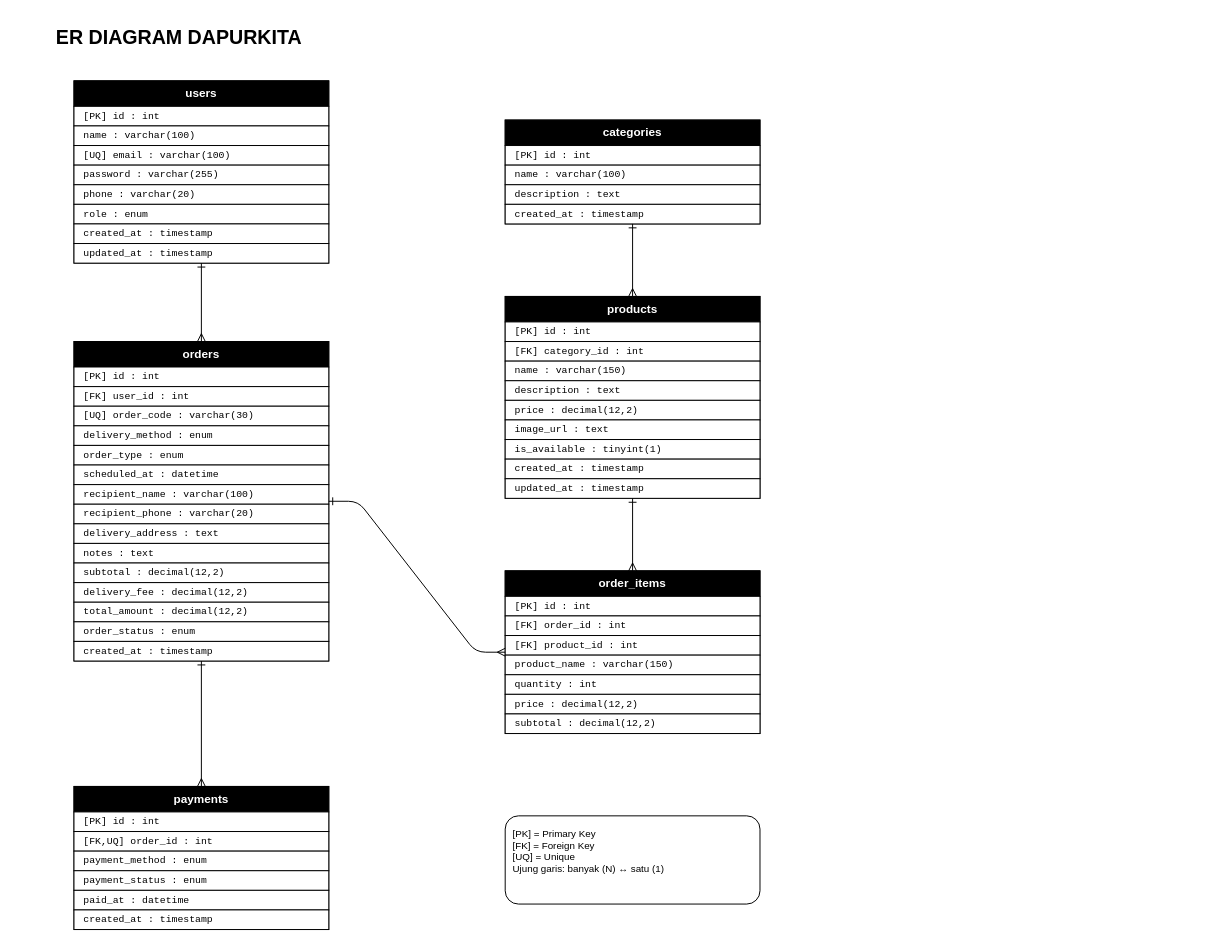
Before: Backend/erd/ERD_DapurKita.drawio in mieayamkeccap/dapurkita, a draw.io diagram. Source tidied: cells renumbered, new cells numbered last; positions are measured from the earlier drawing's top-left corner, leaving out a move shared by most shapes. Both pictures are drawn from the tidied source at 98%, with x=0, y=0 at pixel (54, 17).
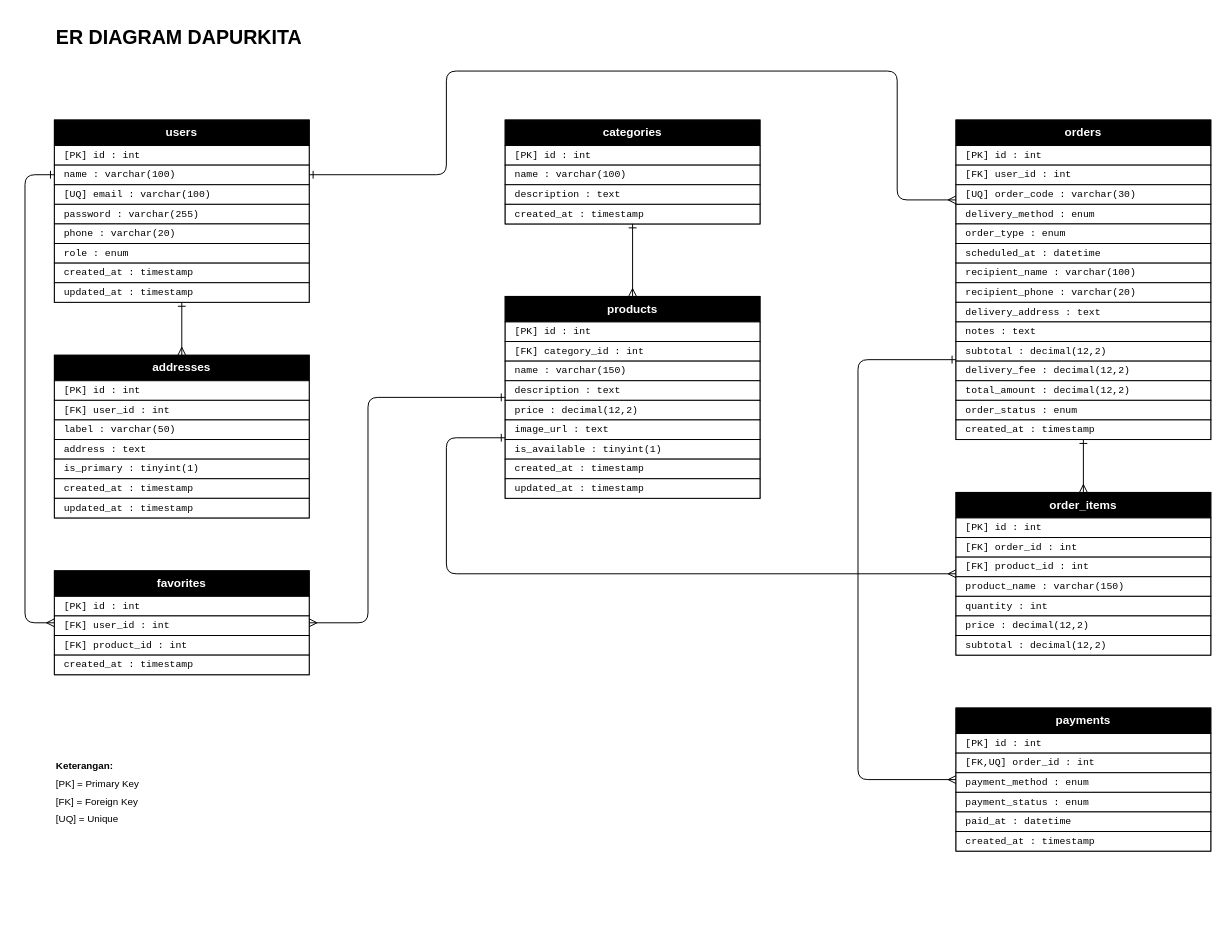
The same page after the edit.

The change refers to these unchanged cells:
```xml
<mxCell id="19" style="group;fillColor=#FFFFFF;strokeColor=#000000;" parent="1" vertex="1">
  <mxGeometry x="460" y="285" width="260" height="206" as="geometry" />
</mxCell>
```

The edit, as a diff of the source:
```diff
@@
     <mxCell id="3" style="group;fillColor=#FFFFFF;strokeColor=#000000;" parent="1" vertex="1">
-      <mxGeometry x="20" y="65" width="260" height="186" as="geometry" />
+      <mxGeometry y="105" width="260" height="186" as="geometry" />
     </mxCell>
@@
+    <mxCell id="70" style="group;fillColor=#FFFFFF;strokeColor=#000000;" parent="1" vertex="1">
+      <mxGeometry y="345" width="260" height="166" as="geometry" />
+    </mxCell>
+    <mxCell id="71" value="addresses" style="rounded=0;whiteSpace=wrap;html=1;fillColor=#000000;strokeColor=#000000;fontColor=#FFFFFF;fontSize=12;fontStyle=1;fontFamily=Helvetica;align=center;verticalAlign=middle;" parent="70" vertex="1">
+      <mxGeometry width="260" height="26" as="geometry" />
+    </mxCell>
+    <mxCell id="72" value="[PK]  id : int" style="rounded=0;whiteSpace=wrap;html=1;fillColor=#FFFFFF;strokeColor=#000000;fontColor=#000000;fontSize=10;fontFamily=Courier New;align=left;verticalAlign=middle;spacingLeft=8;spacingRight=4;overflow=hidden;" parent="70" vertex="1">
+      <mxGeometry y="26" width="260" height="20" as="geometry" />
+    </mxCell>
+    <mxCell id="73" value="[FK]  user_id : int" style="rounded=0;whiteSpace=wrap;html=1;fillColor=#FFFFFF;strokeColor=#000000;fontColor=#000000;fontSize=10;fontFamily=Courier New;align=left;verticalAlign=middle;spacingLeft=8;spacingRight=4;overflow=hidden;" parent="70" vertex="1">
+      <mxGeometry y="46" width="260" height="20" as="geometry" />
+    </mxCell>
+    <mxCell id="74" value="label : varchar(50)" style="rounded=0;whiteSpace=wrap;html=1;fillColor=#FFFFFF;strokeColor=#000000;fontColor=#000000;fontSize=10;fontFamily=Courier New;align=left;verticalAlign=middle;spacingLeft=8;spacingRight=4;overflow=hidden;" parent="70" vertex="1">
+      <mxGeometry y="66" width="260" height="20" as="geometry" />
+    </mxCell>
+    <mxCell id="75" value="address : text" style="rounded=0;whiteSpace=wrap;html=1;fillColor=#FFFFFF;strokeColor=#000000;fontColor=#000000;fontSize=10;fontFamily=Courier New;align=left;verticalAlign=middle;spacingLeft=8;spacingRight=4;overflow=hidden;" parent="70" vertex="1">
+      <mxGeometry y="86" width="260" height="20" as="geometry" />
+    </mxCell>
+    <mxCell id="76" value="is_primary : tinyint(1)" style="rounded=0;whiteSpace=wrap;html=1;fillColor=#FFFFFF;strokeColor=#000000;fontColor=#000000;fontSize=10;fontFamily=Courier New;align=left;verticalAlign=middle;spacingLeft=8;spacingRight=4;overflow=hidden;" parent="70" vertex="1">
+      <mxGeometry y="106" width="260" height="20" as="geometry" />
+    </mxCell>
+    <mxCell id="77" value="created_at : timestamp" style="rounded=0;whiteSpace=wrap;html=1;fillColor=#FFFFFF;strokeColor=#000000;fontColor=#000000;fontSize=10;fontFamily=Courier New;align=left;verticalAlign=middle;spacingLeft=8;spacingRight=4;overflow=hidden;" parent="70" vertex="1">
+      <mxGeometry y="126" width="260" height="20" as="geometry" />
+    </mxCell>
+    <mxCell id="78" value="updated_at : timestamp" style="rounded=0;whiteSpace=wrap;html=1;fillColor=#FFFFFF;strokeColor=#000000;fontColor=#000000;fontSize=10;fontFamily=Courier New;align=left;verticalAlign=middle;spacingLeft=8;spacingRight=4;overflow=hidden;" parent="70" vertex="1">
+      <mxGeometry y="146" width="260" height="20" as="geometry" />
+    </mxCell>
+    <mxCell id="79" style="group;fillColor=#FFFFFF;strokeColor=#000000;" parent="1" vertex="1">
+      <mxGeometry y="565" width="260" height="106" as="geometry" />
+    </mxCell>
+    <mxCell id="80" value="favorites" style="rounded=0;whiteSpace=wrap;html=1;fillColor=#000000;strokeColor=#000000;fontColor=#FFFFFF;fontSize=12;fontStyle=1;fontFamily=Helvetica;align=center;verticalAlign=middle;" parent="79" vertex="1">
+      <mxGeometry width="260" height="26" as="geometry" />
+    </mxCell>
+    <mxCell id="81" value="[PK]  id : int" style="rounded=0;whiteSpace=wrap;html=1;fillColor=#FFFFFF;strokeColor=#000000;fontColor=#000000;fontSize=10;fontFamily=Courier New;align=left;verticalAlign=middle;spacingLeft=8;spacingRight=4;overflow=hidden;" parent="79" vertex="1">
+      <mxGeometry y="26" width="260" height="20" as="geometry" />
+    </mxCell>
+    <mxCell id="82" value="[FK]  user_id : int" style="rounded=0;whiteSpace=wrap;html=1;fillColor=#FFFFFF;strokeColor=#000000;fontColor=#000000;fontSize=10;fontFamily=Courier New;align=left;verticalAlign=middle;spacingLeft=8;spacingRight=4;overflow=hidden;" parent="79" vertex="1">
+      <mxGeometry y="46" width="260" height="20" as="geometry" />
+    </mxCell>
+    <mxCell id="83" value="[FK]  product_id : int" style="rounded=0;whiteSpace=wrap;html=1;fillColor=#FFFFFF;strokeColor=#000000;fontColor=#000000;fontSize=10;fontFamily=Courier New;align=left;verticalAlign=middle;spacingLeft=8;spacingRight=4;overflow=hidden;" parent="79" vertex="1">
+      <mxGeometry y="66" width="260" height="20" as="geometry" />
+    </mxCell>
+    <mxCell id="84" value="created_at : timestamp" style="rounded=0;whiteSpace=wrap;html=1;fillColor=#FFFFFF;strokeColor=#000000;fontColor=#000000;fontSize=10;fontFamily=Courier New;align=left;verticalAlign=middle;spacingLeft=8;spacingRight=4;overflow=hidden;" parent="79" vertex="1">
+      <mxGeometry y="86" width="260" height="20" as="geometry" />
+    </mxCell>
@@
     <mxCell id="30" style="group;fillColor=#FFFFFF;strokeColor=#000000;" parent="1" vertex="1">
-      <mxGeometry x="20" y="331" width="260" height="326" as="geometry" />
+      <mxGeometry x="920" y="105" width="260" height="326" as="geometry" />
     </mxCell>
@@
     <mxCell id="47" style="group;fillColor=#FFFFFF;strokeColor=#000000;" parent="1" vertex="1">
-      <mxGeometry x="460" y="565" width="260" height="166" as="geometry" />
+      <mxGeometry x="920" y="485" width="260" height="166" as="geometry" />
     </mxCell>
@@
     <mxCell id="56" style="group;fillColor=#FFFFFF;strokeColor=#000000;" parent="1" vertex="1">
-      <mxGeometry x="20" y="785" width="260" height="146" as="geometry" />
+      <mxGeometry x="920" y="705" width="260" height="146" as="geometry" />
     </mxCell>
@@
+    <mxCell id="85" style="edgeStyle=orthogonalEdgeStyle;rounded=1;html=1;fontSize=9;fontColor=#000000;strokeColor=#000000;startArrow=ERmany;endArrow=ERone;startFill=0;endFill=0;exitX=0;exitY=0.5;exitDx=0;exitDy=0;entryX=0;entryY=0.3;entryDx=0;entryDy=0;" parent="1" edge="1" source="79" target="3">
+      <mxGeometry relative="1" as="geometry">
+        <Array as="points">
+          <mxPoint x="-30" y="618" />
+          <mxPoint x="-30" y="160.8" />
+        </Array>
+      </mxGeometry>
+    </mxCell>
+    <mxCell id="86" style="edgeStyle=orthogonalEdgeStyle;rounded=1;html=1;fontSize=9;fontColor=#000000;strokeColor=#000000;startArrow=ERmany;endArrow=ERone;startFill=0;endFill=0;exitX=1;exitY=0.5;exitDx=0;exitDy=0;entryX=0;entryY=0.5;entryDx=0;entryDy=0;" parent="1" edge="1" source="79" target="19">
+      <mxGeometry relative="1" as="geometry">
+        <Array as="points">
+          <mxPoint x="320" y="618" />
+          <mxPoint x="320" y="388" />
+        </Array>
+      </mxGeometry>
+    </mxCell>
+    <mxCell id="87" style="edgeStyle=orthogonalEdgeStyle;rounded=1;html=1;fontSize=9;fontColor=#000000;strokeColor=#000000;startArrow=ERmany;endArrow=ERone;startFill=0;endFill=0;exitX=0.5;exitY=0;exitDx=0;exitDy=0;entryX=0.5;entryY=1;entryDx=0;entryDy=0;" parent="1" edge="1" source="70" target="3">
+      <mxGeometry relative="1" as="geometry" />
+    </mxCell>
-    <mxCell id="64" style="rounded=1;html=1;fontSize=9;fontColor=#000000;strokeColor=#000000;startArrow=ERmany;endArrow=ERone;startFill=0;endFill=0;exitX=0.5;exitY=0;exitDx=0;exitDy=0;entryX=0.5;entryY=1;entryDx=0;entryDy=0;" parent="1" edge="1" source="30" target="3">
-      <mxGeometry relative="1" as="geometry" />
+    <mxCell id="64" style="edgeStyle=orthogonalEdgeStyle;rounded=1;html=1;fontSize=9;fontColor=#000000;strokeColor=#000000;startArrow=ERmany;endArrow=ERone;startFill=0;endFill=0;exitX=0;exitY=0.25;exitDx=0;exitDy=0;entryX=1;entryY=0.3;entryDx=0;entryDy=0;" parent="1" edge="1" source="30" target="3">
+      <mxGeometry relative="1" as="geometry">
+        <Array as="points">
+          <mxPoint x="860" y="186.5" />
+          <mxPoint x="860" y="55" />
+          <mxPoint x="400" y="55" />
+          <mxPoint x="400" y="160.8" />
+        </Array>
+      </mxGeometry>
     </mxCell>
-    <mxCell id="65" style="rounded=1;html=1;fontSize=9;fontColor=#000000;strokeColor=#000000;startArrow=ERmany;endArrow=ERone;startFill=0;endFill=0;exitX=0;exitY=0.5;exitDx=0;exitDy=0;entryX=1;entryY=0.5;entryDx=0;entryDy=0;edgeStyle=entityRelationEdgeStyle;" parent="1" edge="1" source="47" target="30">
+    <mxCell id="65" style="edgeStyle=orthogonalEdgeStyle;rounded=1;html=1;fontSize=9;fontColor=#000000;strokeColor=#000000;startArrow=ERmany;endArrow=ERone;startFill=0;endFill=0;exitX=0.5;exitY=0;exitDx=0;exitDy=0;entryX=0.5;entryY=1;entryDx=0;entryDy=0;" parent="1" edge="1" source="47" target="30">
       <mxGeometry relative="1" as="geometry" />
     </mxCell>
-    <mxCell id="66" style="edgeStyle=orthogonalEdgeStyle;rounded=1;html=1;fontSize=9;fontColor=#000000;strokeColor=#000000;startArrow=ERmany;endArrow=ERone;startFill=0;endFill=0;exitX=0.5;exitY=0;exitDx=0;exitDy=0;entryX=0.5;entryY=1;entryDx=0;entryDy=0;" parent="1" edge="1" source="47" target="19">
-      <mxGeometry relative="1" as="geometry" />
+    <mxCell id="66" style="edgeStyle=orthogonalEdgeStyle;rounded=1;html=1;fontSize=9;fontColor=#000000;strokeColor=#000000;startArrow=ERmany;endArrow=ERone;startFill=0;endFill=0;exitX=0;exitY=0.5;exitDx=0;exitDy=0;entryX=0;entryY=0.7;entryDx=0;entryDy=0;" parent="1" edge="1" source="47" target="19">
+      <mxGeometry relative="1" as="geometry">
+        <Array as="points">
+          <mxPoint x="400" y="568" />
+          <mxPoint x="400" y="429.2" />
+        </Array>
+      </mxGeometry>
     </mxCell>
+    <mxCell id="68" style="edgeStyle=orthogonalEdgeStyle;rounded=1;html=1;fontSize=9;fontColor=#000000;strokeColor=#000000;startArrow=ERmany;endArrow=ERone;startFill=0;endFill=0;exitX=0;exitY=0.5;exitDx=0;exitDy=0;entryX=0;entryY=0.75;entryDx=0;entryDy=0;" parent="1" edge="1" source="56" target="30">
+      <mxGeometry relative="1" as="geometry">
+        <Array as="points">
+          <mxPoint x="820" y="778" />
+          <mxPoint x="820" y="349.5" />
+        </Array>
+      </mxGeometry>
+    </mxCell>
@@
-    <mxCell id="68" style="rounded=1;html=1;fontSize=9;fontColor=#000000;strokeColor=#000000;startArrow=ERmany;endArrow=ERone;startFill=0;endFill=0;exitX=0.5;exitY=0;exitDx=0;exitDy=0;entryX=0.5;entryY=1;entryDx=0;entryDy=0;" parent="1" edge="1" source="56" target="30">
-      <mxGeometry relative="1" as="geometry" />
-    </mxCell>
-    <mxCell id="69" value="[PK] = Primary Key&lt;br&gt;[FK] = Foreign Key&lt;br&gt;[UQ] = Unique&lt;br&gt;Ujung garis: banyak (N) &amp;harr; satu (1)" style="rounded=1;whiteSpace=wrap;html=1;align=left;verticalAlign=top;fontSize=10;fontFamily=Helvetica;fontColor=#000000;strokeColor=#000000;fillColor=#FFFFFF;spacing=8;" parent="1" vertex="1">
-      <mxGeometry x="460" y="815" width="260" height="90" as="geometry" />
-    </mxCell>
+    <mxCell id="88" value="Keterangan:" style="text;html=1;align=left;verticalAlign=middle;fontSize=10;fontFamily=Helvetica;fontColor=#000000;fontStyle=1;" parent="1" vertex="1">
+      <mxGeometry y="755" width="300" height="18" as="geometry" />
+    </mxCell>
+    <mxCell id="89" value="[PK] = Primary Key" style="text;html=1;align=left;verticalAlign=middle;fontSize=10;fontFamily=Helvetica;fontColor=#000000;fontStyle=0;" parent="1" vertex="1">
+      <mxGeometry y="773" width="300" height="18" as="geometry" />
+    </mxCell>
+    <mxCell id="90" value="[FK] = Foreign Key" style="text;html=1;align=left;verticalAlign=middle;fontSize=10;fontFamily=Helvetica;fontColor=#000000;fontStyle=0;" parent="1" vertex="1">
+      <mxGeometry y="791" width="300" height="18" as="geometry" />
+    </mxCell>
+    <mxCell id="91" value="[UQ] = Unique" style="text;html=1;align=left;verticalAlign=middle;fontSize=10;fontFamily=Helvetica;fontColor=#000000;fontStyle=0;" parent="1" vertex="1">
+      <mxGeometry y="809" width="300" height="18" as="geometry" />
+    </mxCell>
```
